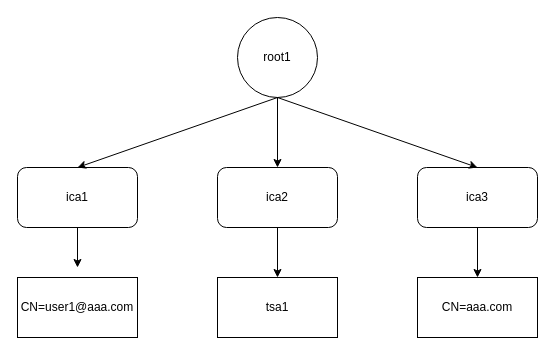
Earlier version of the draw.io diagram Untitled Diagram.drawio (kjur/Hello-World). Source tidied: cells renumbered, new cells numbered last; positions are measured from the earlier drawing's top-left corner, leaving out a move shared by most shapes. Both pictures are drawn from the tidied source at 100%, with x=0, y=0 at pixel (17, 17).
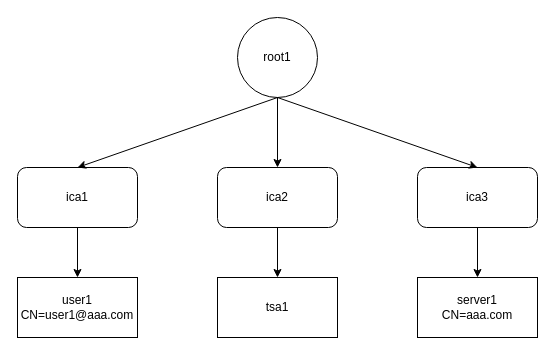
After the change.

Change to the diagram source:
```diff
@@
 <mxGraphModel>
   <root>
     <mxCell id="0" />
     <mxCell id="1" parent="0" />
     <mxCell id="2" value="root1" style="ellipse;whiteSpace=wrap;html=1;" parent="1" vertex="1">
       <mxGeometry x="220" width="80" height="80" as="geometry" />
     </mxCell>
     <mxCell id="3" value="ica1" style="rounded=1;whiteSpace=wrap;html=1;" parent="1" vertex="1">
       <mxGeometry y="150" width="120" height="60" as="geometry" />
     </mxCell>
     <mxCell id="4" value="ica2" style="rounded=1;whiteSpace=wrap;html=1;" parent="1" vertex="1">
       <mxGeometry x="200" y="150" width="120" height="60" as="geometry" />
     </mxCell>
     <mxCell id="5" value="ica3" style="rounded=1;whiteSpace=wrap;html=1;" parent="1" vertex="1">
       <mxGeometry x="400" y="150" width="120" height="60" as="geometry" />
     </mxCell>
-    <mxCell id="6" value="CN=user1@aaa.com" style="rounded=0;whiteSpace=wrap;html=1;" parent="1" vertex="1">
+    <mxCell id="6" value="user1&lt;br&gt;CN=user1@aaa.com" style="rounded=0;whiteSpace=wrap;html=1;" parent="1" vertex="1">
       <mxGeometry y="260" width="120" height="60" as="geometry" />
     </mxCell>
     <mxCell id="7" value="tsa1" style="rounded=0;whiteSpace=wrap;html=1;" parent="1" vertex="1">
       <mxGeometry x="200" y="260" width="120" height="60" as="geometry" />
     </mxCell>
-    <mxCell id="8" value="CN=aaa.com" style="rounded=0;whiteSpace=wrap;html=1;" parent="1" vertex="1">
+    <mxCell id="8" value="server1&lt;br&gt;CN=aaa.com" style="rounded=0;whiteSpace=wrap;html=1;" parent="1" vertex="1">
       <mxGeometry x="400" y="260" width="120" height="60" as="geometry" />
     </mxCell>
     <mxCell id="9" style="endArrow=classic;html=1;rounded=0;exitX=0.5;exitY=1;exitDx=0;exitDy=0;entryX=0.5;entryY=0;entryDx=0;entryDy=0;" parent="1" edge="1" source="2" target="3">
       <mxGeometry relative="1" as="geometry" />
     </mxCell>
     <mxCell id="10" style="endArrow=classic;html=1;rounded=0;exitX=0.5;exitY=1;exitDx=0;exitDy=0;entryX=0.5;entryY=0;entryDx=0;entryDy=0;" parent="1" edge="1" source="2" target="4">
       <mxGeometry relative="1" as="geometry" />
     </mxCell>
     <mxCell id="11" style="endArrow=classic;html=1;rounded=0;exitX=0.5;exitY=1;exitDx=0;exitDy=0;entryX=0.5;entryY=0;entryDx=0;entryDy=0;" parent="1" edge="1" source="2" target="5">
       <mxGeometry relative="1" as="geometry" />
     </mxCell>
-    <mxCell id="12" style="endArrow=classic;html=1;rounded=0;exitX=0.5;exitY=1;exitDx=0;exitDy=0;" parent="1" edge="1" source="3">
-      <mxGeometry relative="1" as="geometry">
-        <mxPoint x="60" y="250" as="targetPoint" />
-      </mxGeometry>
+    <mxCell id="12" style="endArrow=classic;html=1;rounded=0;exitX=0.5;exitY=1;exitDx=0;exitDy=0;entryX=0.5;entryY=0;entryDx=0;entryDy=0;" parent="1" edge="1" source="3" target="6">
+      <mxGeometry relative="1" as="geometry" />
     </mxCell>
     <mxCell id="13" style="endArrow=classic;html=1;rounded=0;exitX=0.5;exitY=1;exitDx=0;exitDy=0;entryX=0.5;entryY=0;entryDx=0;entryDy=0;" parent="1" edge="1" source="4" target="7">
       <mxGeometry relative="1" as="geometry" />
     </mxCell>
     <mxCell id="14" style="endArrow=classic;html=1;rounded=0;exitX=0.5;exitY=1;exitDx=0;exitDy=0;entryX=0.5;entryY=0;entryDx=0;entryDy=0;" parent="1" edge="1" source="5" target="8">
       <mxGeometry relative="1" as="geometry" />
     </mxCell>
   </root>
 </mxGraphModel>
```
